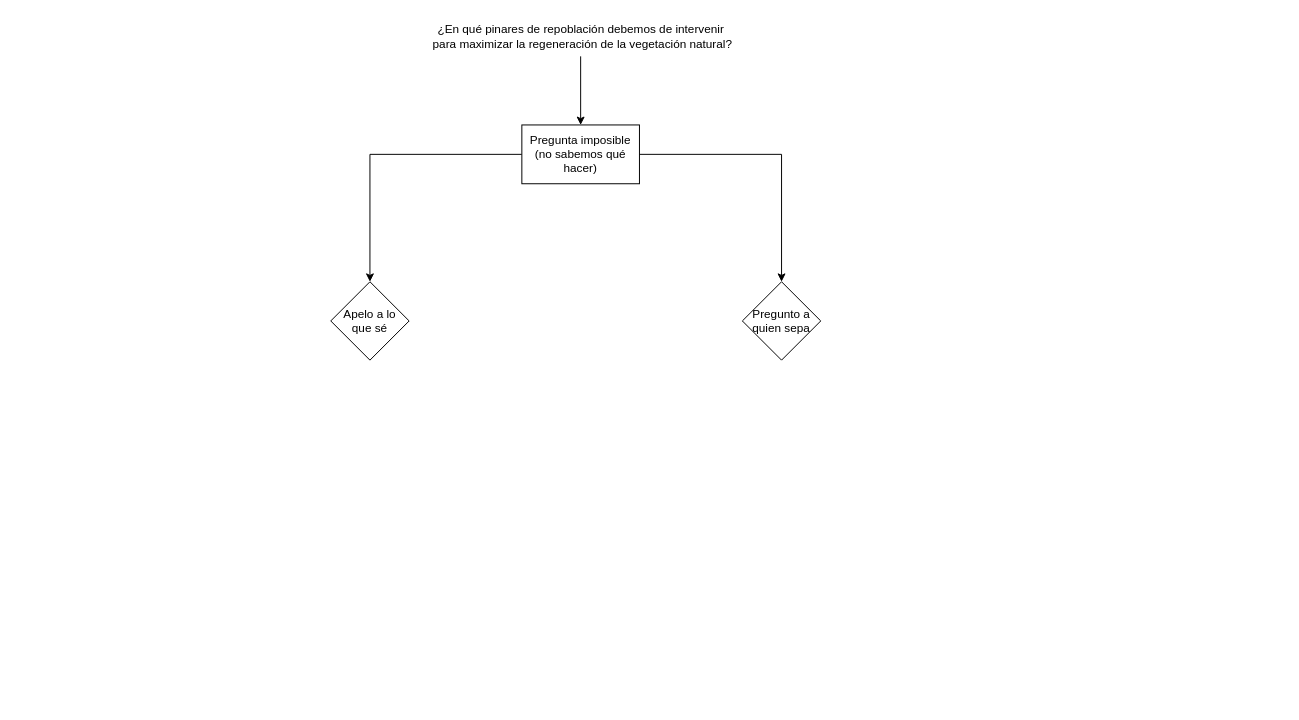
The draw.io diagram presentacion/como_hacer_flujograma.drawio in aprendiendo-cosas/T_flujo_trabajo_ecoinf_ugr, before the edit. Source tidied: cells renumbered, new cells numbered last; positions are measured from the earlier drawing's top-left corner, leaving out a move shared by most shapes. Both pictures are drawn from the tidied source at 98%, with x=0, y=0 at pixel (330, 17).
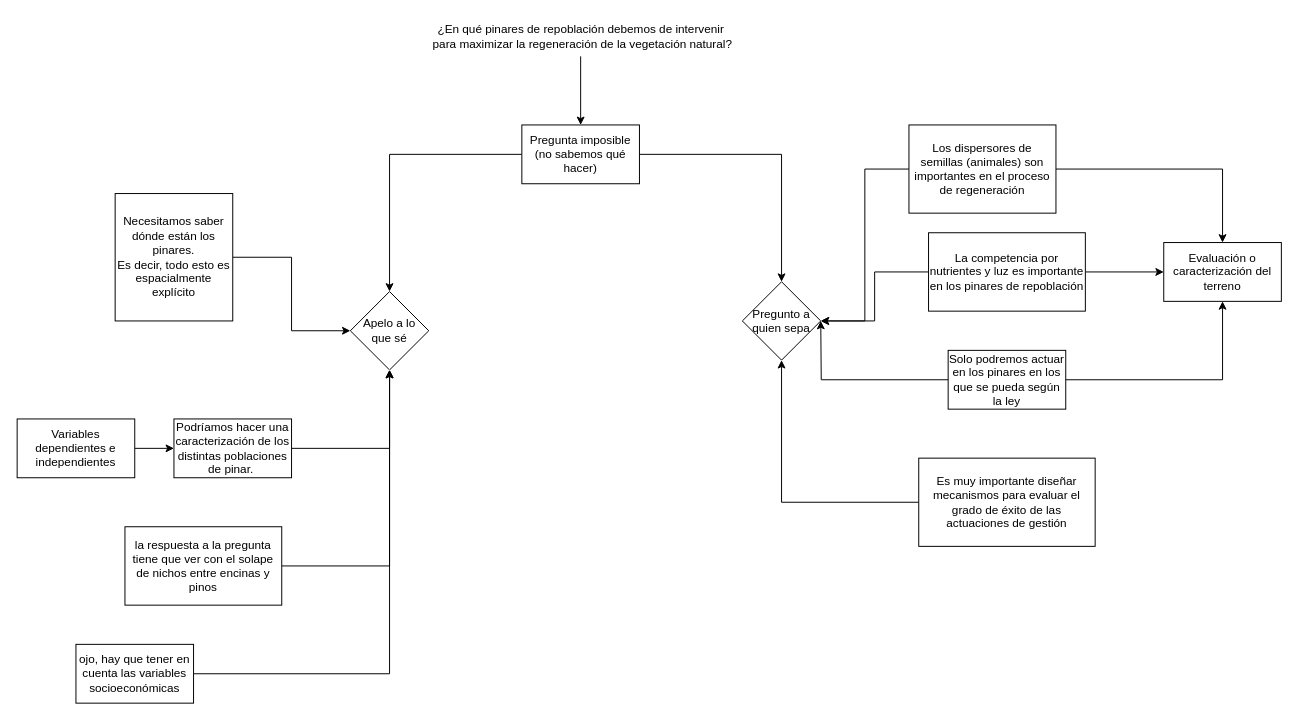
Above is the later version.

The change refers to these unchanged cells:
```xml
<mxCell id="8" value="Pregunto a quien sepa" style="rhombus;whiteSpace=wrap;html=1;" parent="1" vertex="1">
  <mxGeometry x="420" y="270" width="80" height="80" as="geometry" />
</mxCell>
```

Change to the diagram source:
```diff
@@
     <mxCell id="7" value="Apelo a lo&lt;br&gt;que sé" style="rhombus;whiteSpace=wrap;html=1;" parent="1" vertex="1">
-      <mxGeometry y="270" width="80" height="80" as="geometry" />
+      <mxGeometry x="20" y="280" width="80" height="80" as="geometry" />
     </mxCell>
@@
+    <mxCell id="9" style="edgeStyle=orthogonalEdgeStyle;rounded=0;jettySize=auto;html=1;" parent="1" edge="1" source="10" target="7">
+      <mxGeometry relative="1" as="geometry" />
+    </mxCell>
+    <mxCell id="10" value="Necesitamos saber dónde están los pinares.&lt;br&gt;Es decir, todo esto es espacialmente explícito" style="whiteSpace=wrap;html=1;" parent="1" vertex="1">
+      <mxGeometry x="-220" y="180" width="120" height="130" as="geometry" />
+    </mxCell>
+    <mxCell id="11" style="edgeStyle=orthogonalEdgeStyle;rounded=0;jettySize=auto;html=1;entryX=0.5;entryY=1;entryDx=0;entryDy=0;" parent="1" edge="1" source="12" target="7">
+      <mxGeometry relative="1" as="geometry" />
+    </mxCell>
+    <mxCell id="12" value="Podríamos hacer una caracterización de los distintas poblaciones de pinar.&amp;nbsp;" style="whiteSpace=wrap;html=1;" parent="1" vertex="1">
+      <mxGeometry x="-160" y="410" width="120" height="60" as="geometry" />
+    </mxCell>
+    <mxCell id="13" style="edgeStyle=orthogonalEdgeStyle;rounded=0;jettySize=auto;html=1;entryX=0;entryY=0.5;entryDx=0;entryDy=0;" parent="1" edge="1" source="14" target="12">
+      <mxGeometry relative="1" as="geometry" />
+    </mxCell>
+    <mxCell id="14" value="Variables dependientes e independientes" style="whiteSpace=wrap;html=1;" parent="1" vertex="1">
+      <mxGeometry x="-320" y="410" width="120" height="60" as="geometry" />
+    </mxCell>
+    <mxCell id="15" style="edgeStyle=orthogonalEdgeStyle;rounded=0;jettySize=auto;html=1;entryX=0.5;entryY=1;entryDx=0;entryDy=0;" parent="1" edge="1" source="16" target="7">
+      <mxGeometry relative="1" as="geometry" />
+    </mxCell>
+    <mxCell id="16" value="la respuesta a la pregunta tiene que ver con el solape de nichos entre encinas y pinos" style="whiteSpace=wrap;html=1;" parent="1" vertex="1">
+      <mxGeometry x="-210" y="520" width="160" height="80" as="geometry" />
+    </mxCell>
+    <mxCell id="17" style="edgeStyle=orthogonalEdgeStyle;rounded=0;jettySize=auto;html=1;entryX=0.5;entryY=1;entryDx=0;entryDy=0;" parent="1" edge="1" source="18" target="7">
+      <mxGeometry relative="1" as="geometry" />
+    </mxCell>
+    <mxCell id="18" value="ojo, hay que tener en cuenta las variables socioeconómicas" style="whiteSpace=wrap;html=1;" parent="1" vertex="1">
+      <mxGeometry x="-260" y="640" width="120" height="60" as="geometry" />
+    </mxCell>
+    <mxCell id="19" style="edgeStyle=orthogonalEdgeStyle;rounded=0;jettySize=auto;html=1;entryX=1;entryY=0.5;entryDx=0;entryDy=0;" parent="1" edge="1" source="21" target="8">
+      <mxGeometry relative="1" as="geometry" />
+    </mxCell>
+    <mxCell id="20" style="edgeStyle=orthogonalEdgeStyle;rounded=0;jettySize=auto;html=1;" parent="1" edge="1" source="21" target="28">
+      <mxGeometry relative="1" as="geometry" />
+    </mxCell>
+    <mxCell id="21" value="Los dispersores de semillas (animales) son importantes en el proceso de regeneración" style="whiteSpace=wrap;html=1;" parent="1" vertex="1">
+      <mxGeometry x="590" y="110" width="150" height="90" as="geometry" />
+    </mxCell>
+    <mxCell id="22" style="edgeStyle=orthogonalEdgeStyle;rounded=0;jettySize=auto;html=1;entryX=1;entryY=0.5;entryDx=0;entryDy=0;" parent="1" edge="1" source="24" target="8">
+      <mxGeometry relative="1" as="geometry" />
+    </mxCell>
+    <mxCell id="23" style="edgeStyle=orthogonalEdgeStyle;rounded=0;jettySize=auto;html=1;entryX=0;entryY=0.5;entryDx=0;entryDy=0;" parent="1" edge="1" source="24" target="28">
+      <mxGeometry relative="1" as="geometry" />
+    </mxCell>
+    <mxCell id="24" value="La competencia por nutrientes y luz es importante en los pinares de repoblación" style="whiteSpace=wrap;html=1;" parent="1" vertex="1">
+      <mxGeometry x="610" y="220" width="160" height="80" as="geometry" />
+    </mxCell>
+    <mxCell id="25" style="edgeStyle=orthogonalEdgeStyle;rounded=0;jettySize=auto;html=1;" parent="1" edge="1" source="27">
+      <mxGeometry relative="1" as="geometry">
+        <mxPoint x="500" y="310" as="targetPoint" />
+      </mxGeometry>
+    </mxCell>
+    <mxCell id="26" style="edgeStyle=orthogonalEdgeStyle;rounded=0;jettySize=auto;html=1;entryX=0.5;entryY=1;entryDx=0;entryDy=0;" parent="1" edge="1" source="27" target="28">
+      <mxGeometry relative="1" as="geometry" />
+    </mxCell>
+    <mxCell id="27" value="Solo podremos actuar en los pinares en los que se pueda según la ley" style="whiteSpace=wrap;html=1;" parent="1" vertex="1">
+      <mxGeometry x="630" y="340" width="120" height="60" as="geometry" />
+    </mxCell>
+    <mxCell id="28" value="Evaluación o caracterización del terreno" style="whiteSpace=wrap;html=1;" parent="1" vertex="1">
+      <mxGeometry x="850" y="230" width="120" height="60" as="geometry" />
+    </mxCell>
+    <mxCell id="29" style="edgeStyle=orthogonalEdgeStyle;rounded=0;jettySize=auto;html=1;entryX=0.5;entryY=1;entryDx=0;entryDy=0;" parent="1" edge="1" source="30" target="8">
+      <mxGeometry relative="1" as="geometry" />
+    </mxCell>
+    <mxCell id="30" value="Es muy importante diseñar mecanismos para evaluar el grado de éxito de las actuaciones de gestión" style="whiteSpace=wrap;html=1;" parent="1" vertex="1">
+      <mxGeometry x="600" y="450" width="180" height="90" as="geometry" />
+    </mxCell>
```
